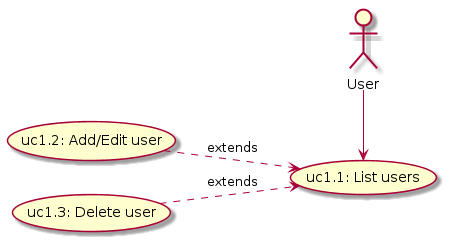
The PlantUML diagram docs/images/generated/uc1_users.png in aert/aert-farmerp, before a commit.
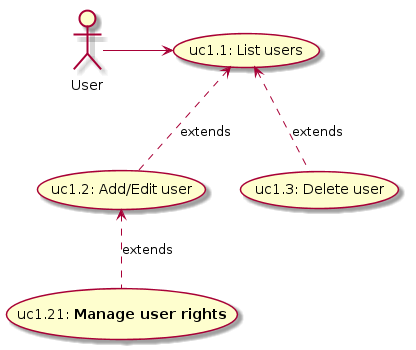
Later version of the same file.

Change to the diagram source:
```diff
@@ -1,17 +1,19 @@
 @startuml uc1_users.png
 
 
-   left to right direction
    actor "User" as User
 
+   (uc1.1: List users)    as (uc1.1)
 
-   (uc1.1: List users)  as (uc1.1)
-   (uc1.2: Add/Edit user)    as (uc1.2)
-   (uc1.3: Delete user) as (uc1.3)
+   (uc1.2: Add/Edit user) as (uc1.2)
+   (uc1.21: <b>Manage user rights</b>) as (uc1.21)
+   (uc1.2) <.. (uc1.21) : extends
+
+   (uc1.3: Delete user)   as (uc1.3)
 
 
-   (uc1.2) ..> (uc1.1) : extends
-   (uc1.3) ..> (uc1.1) : extends
+   (uc1.1) <.. (uc1.2) : extends
+   (uc1.1) <.. (uc1.3) : extends
 
    User    -> (uc1.1)
 
```
